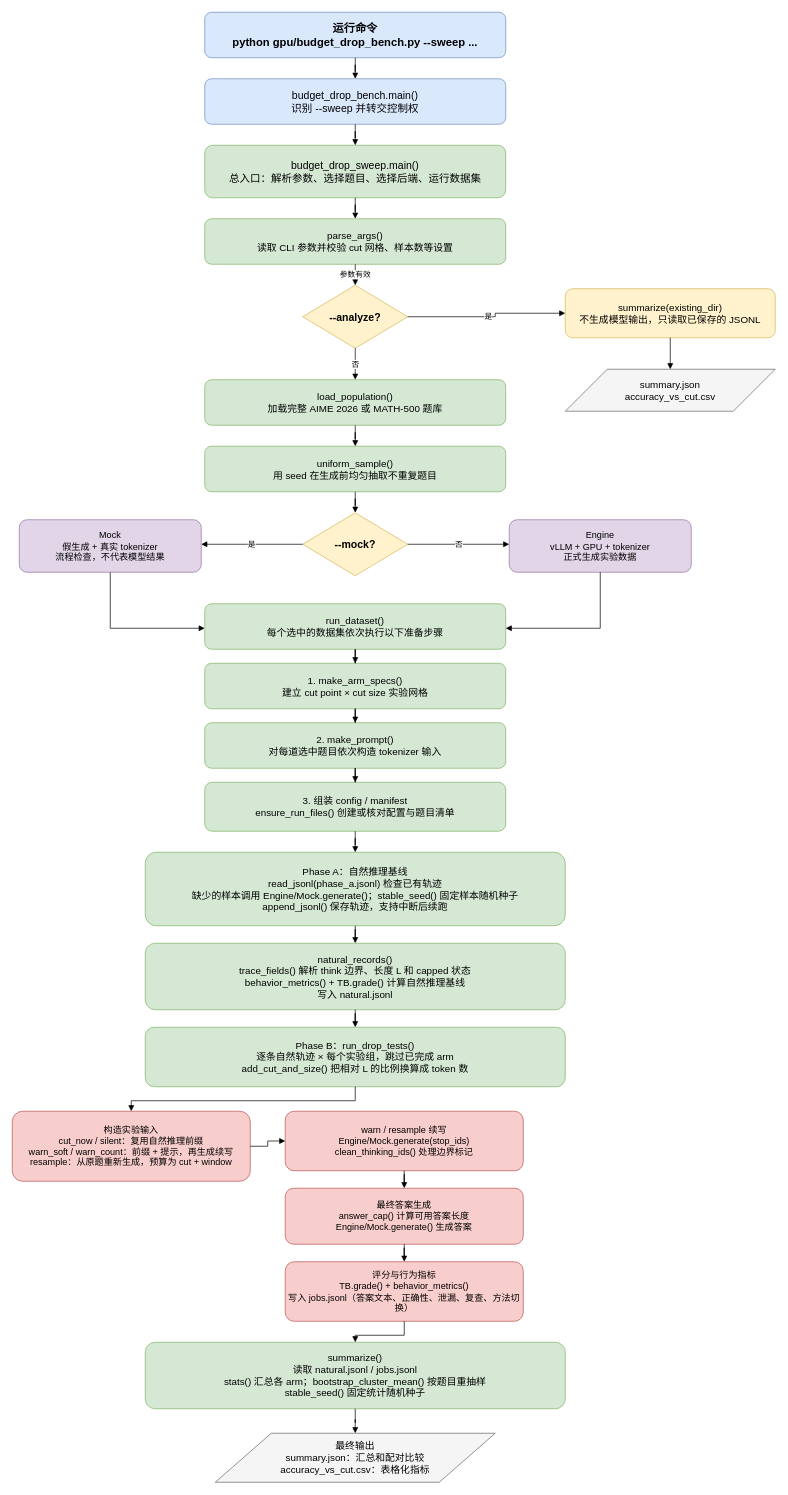
Above: gpu/budget_drop_sweep_flow.drawio in pyangyu/team1_nimbus_testing (draw.io), before the change. Source tidied: cells renumbered, new cells numbered last; positions are measured from the earlier drawing's top-left corner, leaving out a move shared by most shapes. Both pictures are drawn from the tidied source at 70%, with x=0, y=0 at pixel (12, 12).
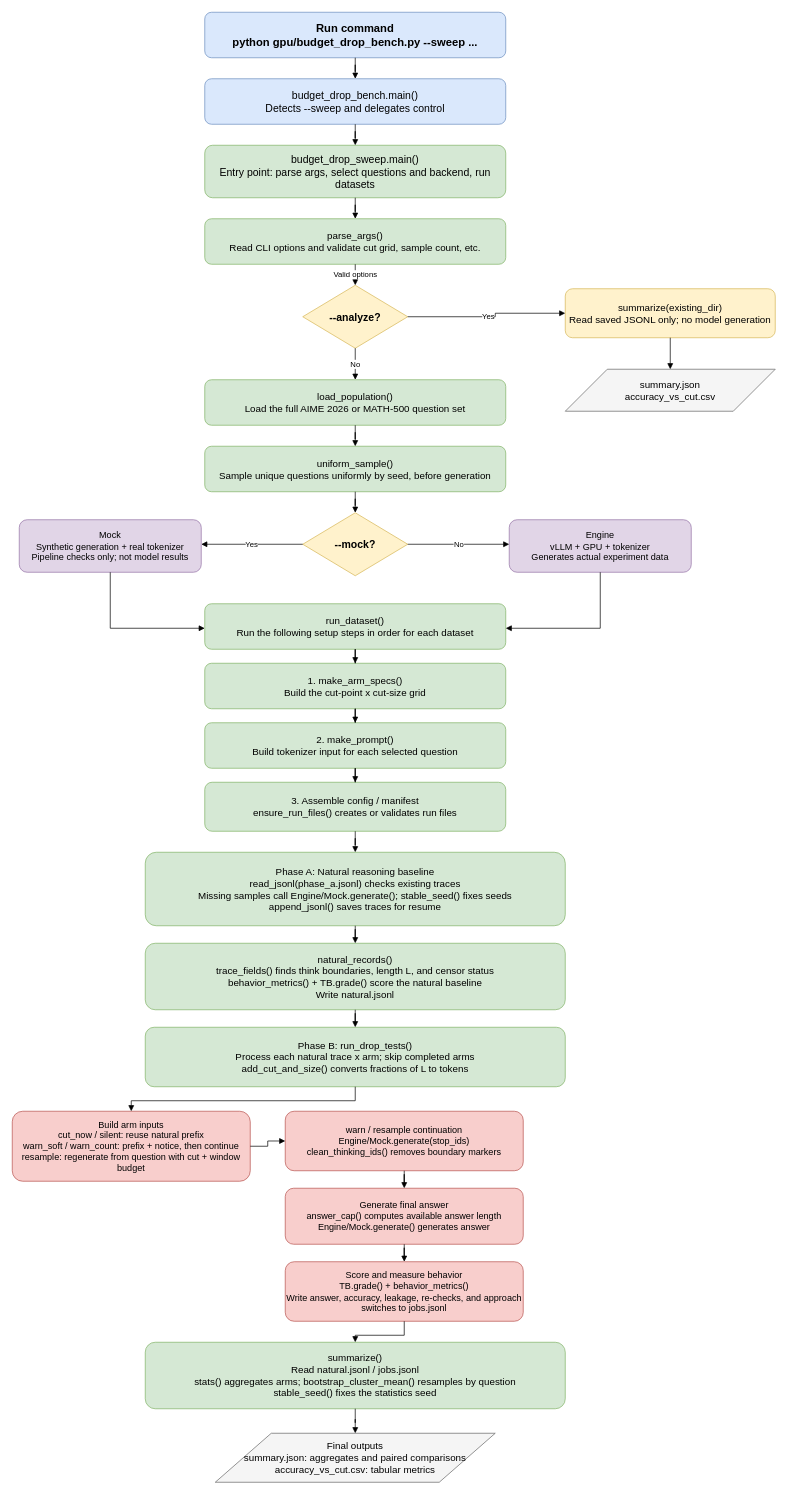
After the change.

The change refers to these unchanged cells:
```xml
<mxCell id="6" value="--analyze?" style="rhombus;whiteSpace=wrap;html=1;fillColor=#fff2cc;strokeColor=#d6b656;fontSize=15;fontStyle=1;" parent="1" vertex="1">
  <mxGeometry x="415" y="390" width="150" height="90" as="geometry" />
</mxCell>
<mxCell id="11" value="--mock?" style="rhombus;whiteSpace=wrap;html=1;fillColor=#fff2cc;strokeColor=#d6b656;fontSize=15;fontStyle=1;" parent="1" vertex="1">
  <mxGeometry x="415" y="715" width="150" height="90" as="geometry" />
</mxCell>
```

Change to the diagram source:
```diff
@@
-    <mxCell id="2" value="运行命令&#10;python gpu/budget_drop_bench.py --sweep ..." style="rounded=1;whiteSpace=wrap;html=1;fillColor=#dae8fc;strokeColor=#6c8ebf;fontSize=16;fontStyle=1;" parent="1" vertex="1">
+    <mxCell id="2" value="Run command&#10;python gpu/budget_drop_bench.py --sweep ..." style="rounded=1;whiteSpace=wrap;html=1;fillColor=#dae8fc;strokeColor=#6c8ebf;fontSize=16;fontStyle=1;" parent="1" vertex="1">
       <mxGeometry x="275" width="430" height="65" as="geometry" />
     </mxCell>
-    <mxCell id="3" value="budget_drop_bench.main()&#10;识别 --sweep 并转交控制权" style="rounded=1;whiteSpace=wrap;html=1;fillColor=#dae8fc;strokeColor=#6c8ebf;fontSize=15;" parent="1" vertex="1">
+    <mxCell id="3" value="budget_drop_bench.main()&#10;Detects --sweep and delegates control" style="rounded=1;whiteSpace=wrap;html=1;fillColor=#dae8fc;strokeColor=#6c8ebf;fontSize=15;" parent="1" vertex="1">
       <mxGeometry x="275" y="95" width="430" height="65" as="geometry" />
     </mxCell>
-    <mxCell id="4" value="budget_drop_sweep.main()&#10;总入口：解析参数、选择题目、选择后端、运行数据集" style="rounded=1;whiteSpace=wrap;html=1;fillColor=#d5e8d4;strokeColor=#82b366;fontSize=15;" parent="1" vertex="1">
+    <mxCell id="4" value="budget_drop_sweep.main()&#10;Entry point: parse args, select questions and backend, run datasets" style="rounded=1;whiteSpace=wrap;html=1;fillColor=#d5e8d4;strokeColor=#82b366;fontSize=15;" parent="1" vertex="1">
       <mxGeometry x="275" y="190" width="430" height="75" as="geometry" />
     </mxCell>
-    <mxCell id="5" value="parse_args()&#10;读取 CLI 参数并校验 cut 网格、样本数等设置" style="rounded=1;whiteSpace=wrap;html=1;fillColor=#d5e8d4;strokeColor=#82b366;fontSize=14;" parent="1" vertex="1">
+    <mxCell id="5" value="parse_args()&#10;Read CLI options and validate cut grid, sample count, etc." style="rounded=1;whiteSpace=wrap;html=1;fillColor=#d5e8d4;strokeColor=#82b366;fontSize=14;" parent="1" vertex="1">
       <mxGeometry x="275" y="295" width="430" height="65" as="geometry" />
     </mxCell>
@@
-    <mxCell id="7" value="summarize(existing_dir)&#10;不生成模型输出，只读取已保存的 JSONL" style="rounded=1;whiteSpace=wrap;html=1;fillColor=#fff2cc;strokeColor=#d6b656;fontSize=14;" parent="1" vertex="1">
+    <mxCell id="7" value="summarize(existing_dir)&#10;Read saved JSONL only; no model generation" style="rounded=1;whiteSpace=wrap;html=1;fillColor=#fff2cc;strokeColor=#d6b656;fontSize=14;" parent="1" vertex="1">
       <mxGeometry x="790" y="395" width="300" height="70" as="geometry" />
     </mxCell>
@@
-    <mxCell id="9" value="load_population()&#10;加载完整 AIME 2026 或 MATH-500 题库" style="rounded=1;whiteSpace=wrap;html=1;fillColor=#d5e8d4;strokeColor=#82b366;fontSize=14;" parent="1" vertex="1">
+    <mxCell id="9" value="load_population()&#10;Load the full AIME 2026 or MATH-500 question set" style="rounded=1;whiteSpace=wrap;html=1;fillColor=#d5e8d4;strokeColor=#82b366;fontSize=14;" parent="1" vertex="1">
       <mxGeometry x="275" y="525" width="430" height="65" as="geometry" />
     </mxCell>
-    <mxCell id="10" value="uniform_sample()&#10;用 seed 在生成前均匀抽取不重复题目" style="rounded=1;whiteSpace=wrap;html=1;fillColor=#d5e8d4;strokeColor=#82b366;fontSize=14;" parent="1" vertex="1">
+    <mxCell id="10" value="uniform_sample()&#10;Sample unique questions uniformly by seed, before generation" style="rounded=1;whiteSpace=wrap;html=1;fillColor=#d5e8d4;strokeColor=#82b366;fontSize=14;" parent="1" vertex="1">
       <mxGeometry x="275" y="620" width="430" height="65" as="geometry" />
     </mxCell>
@@
-    <mxCell id="12" value="Mock&#10;假生成 + 真实 tokenizer&#10;流程检查，不代表模型结果" style="rounded=1;whiteSpace=wrap;html=1;fillColor=#e1d5e7;strokeColor=#9673a6;fontSize=13;" parent="1" vertex="1">
+    <mxCell id="12" value="Mock&#10;Synthetic generation + real tokenizer&#10;Pipeline checks only; not model results" style="rounded=1;whiteSpace=wrap;html=1;fillColor=#e1d5e7;strokeColor=#9673a6;fontSize=13;" parent="1" vertex="1">
       <mxGeometry x="10" y="725" width="260" height="75" as="geometry" />
     </mxCell>
-    <mxCell id="13" value="Engine&#10;vLLM + GPU + tokenizer&#10;正式生成实验数据" style="rounded=1;whiteSpace=wrap;html=1;fillColor=#e1d5e7;strokeColor=#9673a6;fontSize=13;" parent="1" vertex="1">
+    <mxCell id="13" value="Engine&#10;vLLM + GPU + tokenizer&#10;Generates actual experiment data" style="rounded=1;whiteSpace=wrap;html=1;fillColor=#e1d5e7;strokeColor=#9673a6;fontSize=13;" parent="1" vertex="1">
       <mxGeometry x="710" y="725" width="260" height="75" as="geometry" />
     </mxCell>
-    <mxCell id="14" value="run_dataset()&#10;每个选中的数据集依次执行以下准备步骤" style="rounded=1;whiteSpace=wrap;html=1;fillColor=#d5e8d4;strokeColor=#82b366;fontSize=14;" parent="1" vertex="1">
+    <mxCell id="14" value="run_dataset()&#10;Run the following setup steps in order for each dataset" style="rounded=1;whiteSpace=wrap;html=1;fillColor=#d5e8d4;strokeColor=#82b366;fontSize=14;" parent="1" vertex="1">
       <mxGeometry x="275" y="845" width="430" height="65" as="geometry" />
     </mxCell>
-    <mxCell id="15" value="1. make_arm_specs()&#10;建立 cut point × cut size 实验网格" style="rounded=1;whiteSpace=wrap;html=1;fillColor=#d5e8d4;strokeColor=#82b366;fontSize=14;" parent="1" vertex="1">
+    <mxCell id="15" value="1. make_arm_specs()&#10;Build the cut-point x cut-size grid" style="rounded=1;whiteSpace=wrap;html=1;fillColor=#d5e8d4;strokeColor=#82b366;fontSize=14;" parent="1" vertex="1">
       <mxGeometry x="275" y="930" width="430" height="65" as="geometry" />
     </mxCell>
-    <mxCell id="16" value="2. make_prompt()&#10;对每道选中题目依次构造 tokenizer 输入" style="rounded=1;whiteSpace=wrap;html=1;fillColor=#d5e8d4;strokeColor=#82b366;fontSize=14;" parent="1" vertex="1">
+    <mxCell id="16" value="2. make_prompt()&#10;Build tokenizer input for each selected question" style="rounded=1;whiteSpace=wrap;html=1;fillColor=#d5e8d4;strokeColor=#82b366;fontSize=14;" parent="1" vertex="1">
       <mxGeometry x="275" y="1015" width="430" height="65" as="geometry" />
     </mxCell>
-    <mxCell id="17" value="3. 组装 config / manifest&#10;ensure_run_files() 创建或核对配置与题目清单" style="rounded=1;whiteSpace=wrap;html=1;fillColor=#d5e8d4;strokeColor=#82b366;fontSize=14;" parent="1" vertex="1">
+    <mxCell id="17" value="3. Assemble config / manifest&#10;ensure_run_files() creates or validates run files" style="rounded=1;whiteSpace=wrap;html=1;fillColor=#d5e8d4;strokeColor=#82b366;fontSize=14;" parent="1" vertex="1">
       <mxGeometry x="275" y="1100" width="430" height="70" as="geometry" />
     </mxCell>
-    <mxCell id="18" value="Phase A：自然推理基线&#10;read_jsonl(phase_a.jsonl) 检查已有轨迹&#10;缺少的样本调用 Engine/Mock.generate()；stable_seed() 固定样本随机种子&#10;append_jsonl() 保存轨迹，支持中断后续跑" style="rounded=1;whiteSpace=wrap;html=1;fillColor=#d5e8d4;strokeColor=#82b366;fontSize=14;" parent="1" vertex="1">
+    <mxCell id="18" value="Phase A: Natural reasoning baseline&#10;read_jsonl(phase_a.jsonl) checks existing traces&#10;Missing samples call Engine/Mock.generate(); stable_seed() fixes seeds&#10;append_jsonl() saves traces for resume" style="rounded=1;whiteSpace=wrap;html=1;fillColor=#d5e8d4;strokeColor=#82b366;fontSize=14;" parent="1" vertex="1">
       <mxGeometry x="190" y="1200" width="600" height="105" as="geometry" />
     </mxCell>
-    <mxCell id="19" value="natural_records()&#10;trace_fields() 解析 think 边界、长度 L 和 capped 状态&#10;behavior_metrics() + TB.grade() 计算自然推理基线&#10;写入 natural.jsonl" style="rounded=1;whiteSpace=wrap;html=1;fillColor=#d5e8d4;strokeColor=#82b366;fontSize=14;" parent="1" vertex="1">
+    <mxCell id="19" value="natural_records()&#10;trace_fields() finds think boundaries, length L, and censor status&#10;behavior_metrics() + TB.grade() score the natural baseline&#10;Write natural.jsonl" style="rounded=1;whiteSpace=wrap;html=1;fillColor=#d5e8d4;strokeColor=#82b366;fontSize=14;" parent="1" vertex="1">
       <mxGeometry x="190" y="1330" width="600" height="95" as="geometry" />
     </mxCell>
-    <mxCell id="20" value="Phase B：run_drop_tests()&#10;逐条自然轨迹 × 每个实验组，跳过已完成 arm&#10;add_cut_and_size() 把相对 L 的比例换算成 token 数" style="rounded=1;whiteSpace=wrap;html=1;fillColor=#d5e8d4;strokeColor=#82b366;fontSize=14;" parent="1" vertex="1">
+    <mxCell id="20" value="Phase B: run_drop_tests()&#10;Process each natural trace x arm; skip completed arms&#10;add_cut_and_size() converts fractions of L to tokens" style="rounded=1;whiteSpace=wrap;html=1;fillColor=#d5e8d4;strokeColor=#82b366;fontSize=14;" parent="1" vertex="1">
       <mxGeometry x="190" y="1450" width="600" height="85" as="geometry" />
     </mxCell>
-    <mxCell id="21" value="构造实验输入&#10;cut_now / silent：复用自然推理前缀&#10;warn_soft / warn_count：前缀 + 提示，再生成续写&#10;resample：从原题重新生成，预算为 cut + window" style="rounded=1;whiteSpace=wrap;html=1;fillColor=#f8cecc;strokeColor=#b85450;fontSize=13;" parent="1" vertex="1">
+    <mxCell id="21" value="Build arm inputs&#10;cut_now / silent: reuse natural prefix&#10;warn_soft / warn_count: prefix + notice, then continue&#10;resample: regenerate from question with cut + window budget" style="rounded=1;whiteSpace=wrap;html=1;fillColor=#f8cecc;strokeColor=#b85450;fontSize=13;" parent="1" vertex="1">
       <mxGeometry y="1570" width="340" height="100" as="geometry" />
     </mxCell>
-    <mxCell id="22" value="warn / resample 续写&#10;Engine/Mock.generate(stop_ids)&#10;clean_thinking_ids() 处理边界标记" style="rounded=1;whiteSpace=wrap;html=1;fillColor=#f8cecc;strokeColor=#b85450;fontSize=13;" parent="1" vertex="1">
+    <mxCell id="22" value="warn / resample continuation&#10;Engine/Mock.generate(stop_ids)&#10;clean_thinking_ids() removes boundary markers" style="rounded=1;whiteSpace=wrap;html=1;fillColor=#f8cecc;strokeColor=#b85450;fontSize=13;" parent="1" vertex="1">
       <mxGeometry x="390" y="1570" width="340" height="85" as="geometry" />
     </mxCell>
-    <mxCell id="23" value="最终答案生成&#10;answer_cap() 计算可用答案长度&#10;Engine/Mock.generate() 生成答案" style="rounded=1;whiteSpace=wrap;html=1;fillColor=#f8cecc;strokeColor=#b85450;fontSize=13;" parent="1" vertex="1">
+    <mxCell id="23" value="Generate final answer&#10;answer_cap() computes available answer length&#10;Engine/Mock.generate() generates answer" style="rounded=1;whiteSpace=wrap;html=1;fillColor=#f8cecc;strokeColor=#b85450;fontSize=13;" parent="1" vertex="1">
       <mxGeometry x="390" y="1680" width="340" height="80" as="geometry" />
     </mxCell>
-    <mxCell id="24" value="评分与行为指标&#10;TB.grade() + behavior_metrics()&#10;写入 jobs.jsonl（答案文本、正确性、泄漏、复查、方法切换）" style="rounded=1;whiteSpace=wrap;html=1;fillColor=#f8cecc;strokeColor=#b85450;fontSize=13;" parent="1" vertex="1">
+    <mxCell id="24" value="Score and measure behavior&#10;TB.grade() + behavior_metrics()&#10;Write answer, accuracy, leakage, re-checks, and approach switches to jobs.jsonl" style="rounded=1;whiteSpace=wrap;html=1;fillColor=#f8cecc;strokeColor=#b85450;fontSize=13;" parent="1" vertex="1">
       <mxGeometry x="390" y="1785" width="340" height="85" as="geometry" />
     </mxCell>
-    <mxCell id="25" value="summarize()&#10;读取 natural.jsonl / jobs.jsonl&#10;stats() 汇总各 arm；bootstrap_cluster_mean() 按题目重抽样&#10;stable_seed() 固定统计随机种子" style="rounded=1;whiteSpace=wrap;html=1;fillColor=#d5e8d4;strokeColor=#82b366;fontSize=14;" parent="1" vertex="1">
+    <mxCell id="25" value="summarize()&#10;Read natural.jsonl / jobs.jsonl&#10;stats() aggregates arms; bootstrap_cluster_mean() resamples by question&#10;stable_seed() fixes the statistics seed" style="rounded=1;whiteSpace=wrap;html=1;fillColor=#d5e8d4;strokeColor=#82b366;fontSize=14;" parent="1" vertex="1">
       <mxGeometry x="190" y="1900" width="600" height="95" as="geometry" />
     </mxCell>
-    <mxCell id="26" value="最终输出&#10;summary.json：汇总和配对比较&#10;accuracy_vs_cut.csv：表格化指标" style="shape=parallelogram;perimeter=parallelogramPerimeter;whiteSpace=wrap;html=1;fillColor=#f5f5f5;strokeColor=#666666;fontSize=14;" parent="1" vertex="1">
+    <mxCell id="26" value="Final outputs&#10;summary.json: aggregates and paired comparisons&#10;accuracy_vs_cut.csv: tabular metrics" style="shape=parallelogram;perimeter=parallelogramPerimeter;whiteSpace=wrap;html=1;fillColor=#f5f5f5;strokeColor=#666666;fontSize=14;" parent="1" vertex="1">
       <mxGeometry x="290" y="2030" width="400" height="70" as="geometry" />
     </mxCell>
@@
-    <mxCell id="30" value="参数有效" style="edgeStyle=orthogonalEdgeStyle;rounded=0;jettySize=auto;html=1;endArrow=block;endFill=1;" parent="1" edge="1" source="5" target="6">
+    <mxCell id="30" value="Valid options" style="edgeStyle=orthogonalEdgeStyle;rounded=0;jettySize=auto;html=1;endArrow=block;endFill=1;" parent="1" edge="1" source="5" target="6">
       <mxGeometry relative="1" as="geometry" />
     </mxCell>
-    <mxCell id="31" value="是" style="edgeStyle=orthogonalEdgeStyle;rounded=0;jettySize=auto;html=1;endArrow=block;endFill=1;" parent="1" edge="1" source="6" target="7">
+    <mxCell id="31" value="Yes" style="edgeStyle=orthogonalEdgeStyle;rounded=0;jettySize=auto;html=1;endArrow=block;endFill=1;" parent="1" edge="1" source="6" target="7">
       <mxGeometry relative="1" as="geometry">
         <Array as="points">
           <mxPoint x="690" y="435" />
         </Array>
       </mxGeometry>
     </mxCell>
@@
-    <mxCell id="33" value="否" style="edgeStyle=orthogonalEdgeStyle;rounded=0;jettySize=auto;html=1;endArrow=block;endFill=1;" parent="1" edge="1" source="6" target="9">
+    <mxCell id="33" value="No" style="edgeStyle=orthogonalEdgeStyle;rounded=0;jettySize=auto;html=1;endArrow=block;endFill=1;" parent="1" edge="1" source="6" target="9">
       <mxGeometry relative="1" as="geometry" />
     </mxCell>
@@
-    <mxCell id="36" value="是" style="edgeStyle=orthogonalEdgeStyle;rounded=0;jettySize=auto;html=1;endArrow=block;endFill=1;" parent="1" edge="1" source="11" target="12">
+    <mxCell id="36" value="Yes" style="edgeStyle=orthogonalEdgeStyle;rounded=0;jettySize=auto;html=1;endArrow=block;endFill=1;" parent="1" edge="1" source="11" target="12">
       <mxGeometry relative="1" as="geometry">
         <Array as="points">
           <mxPoint x="140" y="760" />
         </Array>
       </mxGeometry>
     </mxCell>
-    <mxCell id="37" value="否" style="edgeStyle=orthogonalEdgeStyle;rounded=0;jettySize=auto;html=1;endArrow=block;endFill=1;" parent="1" edge="1" source="11" target="13">
+    <mxCell id="37" value="No" style="edgeStyle=orthogonalEdgeStyle;rounded=0;jettySize=auto;html=1;endArrow=block;endFill=1;" parent="1" edge="1" source="11" target="13">
       <mxGeometry relative="1" as="geometry">
         <Array as="points">
           <mxPoint x="840" y="760" />
         </Array>
       </mxGeometry>
     </mxCell>
```
